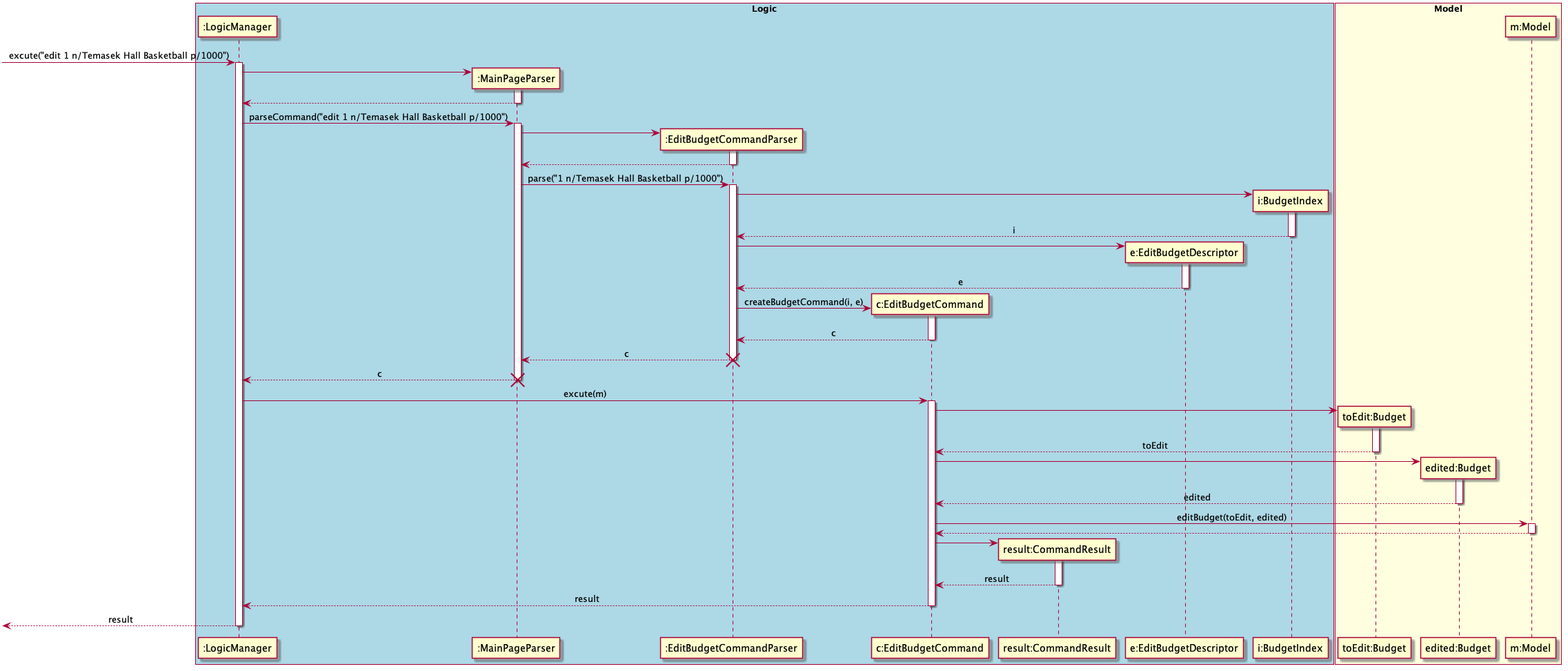
yu-ming-chen/tp keeps this PlantUML diagram as docs/diagrams/commandsPlantUML/diagram/EditBudgetCommand.png. Above is the earlier version.
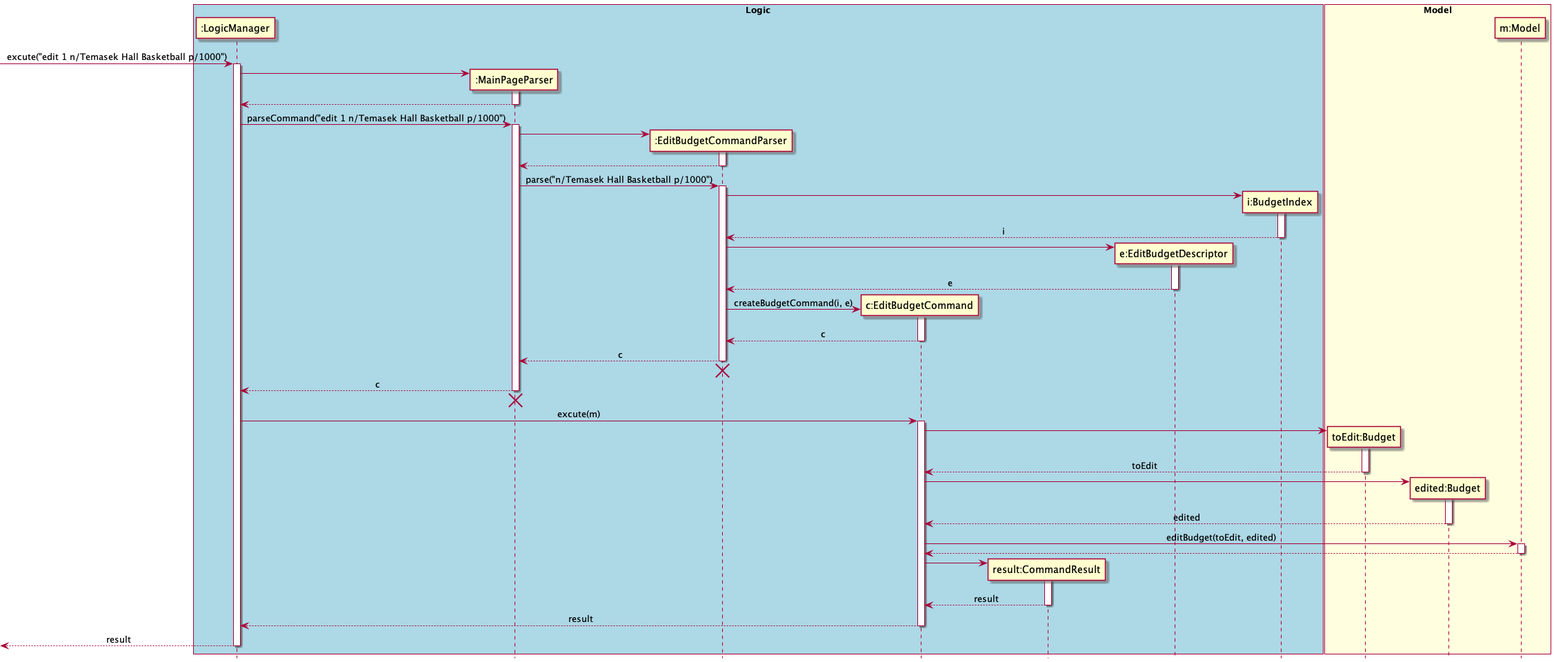
The same file after the commit.

Change to the diagram source:
```diff
@@ -2,6 +2,7 @@
 skinparam Sequence {
     MessageAlign center
 }
+hide footbox
 box "Logic" #LightBlue
 participant ":LogicManager" as LM
 participant ":MainPageParser" as MPP
@@ -33,7 +34,7 @@
 activate EBCP
 MPP <-- EBCP
 deactivate EBCP
-MPP -> EBCP : parse("1 n/Temasek Hall Basketball p/1000")
+MPP -> EBCP : parse("n/Temasek Hall Basketball p/1000")
 activate EBCP
 
 create BI
@@ -54,12 +55,14 @@
 EBCP <-- EBC : c
 deactivate EBC
 MPP <-- EBCP : c
-
+deactivate EBCP
+MPP <-[hidden]- EBCP
 destroy EBCP
 
 deactivate EBCP
 LM <-- MPP : c
 deactivate MPP
+LM <-[hidden]- MPP
 destroy MPP
 
 LM -> EBC: excute(m)
```
